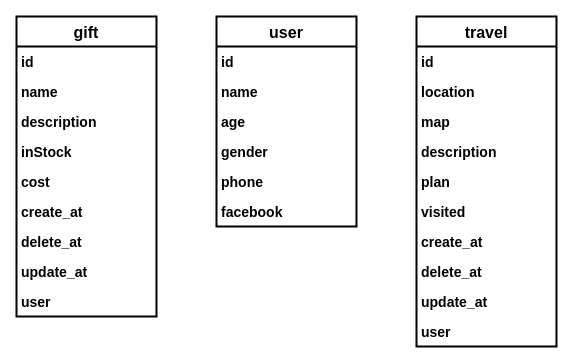
ducphan2003/demo keeps this draw.io diagram as dinodb_py.drawio. Above is the earlier version. Source tidied: cells renumbered, new cells numbered last; positions are measured from the earlier drawing's top-left corner, leaving out a move shared by most shapes. Both pictures are drawn from the tidied source at 100%, with x=0, y=0 at pixel (16, 16).
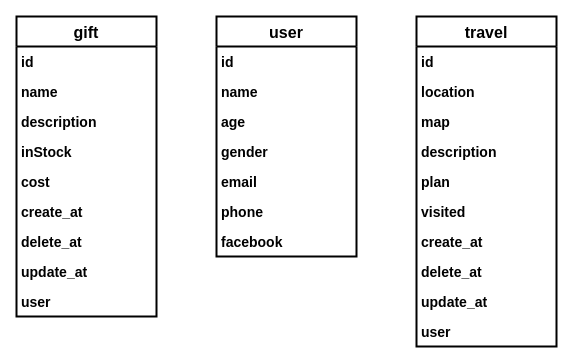
The same diagram, later.

Diff of the diagram source:
```diff
@@
     <mxCell id="12" value="user" style="swimlane;fontStyle=1;horizontal=1;startSize=30;strokeWidth=2;fontSize=16;" parent="1" vertex="1">
-      <mxGeometry x="200" width="140" height="210" as="geometry" />
+      <mxGeometry x="200" width="140" height="240" as="geometry" />
     </mxCell>
@@
+    <mxCell id="30" value="email" style="text;strokeColor=none;fillColor=none;align=left;verticalAlign=middle;spacingLeft=4;spacingRight=4;overflow=hidden;fontStyle=1;fontSize=14;spacing=1;spacingTop=0;horizontal=1;" parent="12" vertex="1">
+      <mxGeometry y="150" width="140" height="30" as="geometry" />
+    </mxCell>
     <mxCell id="17" value="phone" style="text;strokeColor=none;fillColor=none;align=left;verticalAlign=middle;spacingLeft=4;spacingRight=4;overflow=hidden;fontStyle=1;fontSize=14;spacing=1;spacingTop=0;horizontal=1;" parent="12" vertex="1">
-      <mxGeometry y="150" width="140" height="30" as="geometry" />
+      <mxGeometry y="180" width="140" height="30" as="geometry" />
     </mxCell>
     <mxCell id="18" value="facebook" style="text;strokeColor=none;fillColor=none;align=left;verticalAlign=middle;spacingLeft=4;spacingRight=4;overflow=hidden;fontStyle=1;fontSize=14;spacing=1;spacingTop=0;horizontal=1;" parent="12" vertex="1">
-      <mxGeometry y="180" width="140" height="30" as="geometry" />
+      <mxGeometry y="210" width="140" height="30" as="geometry" />
     </mxCell>
```
